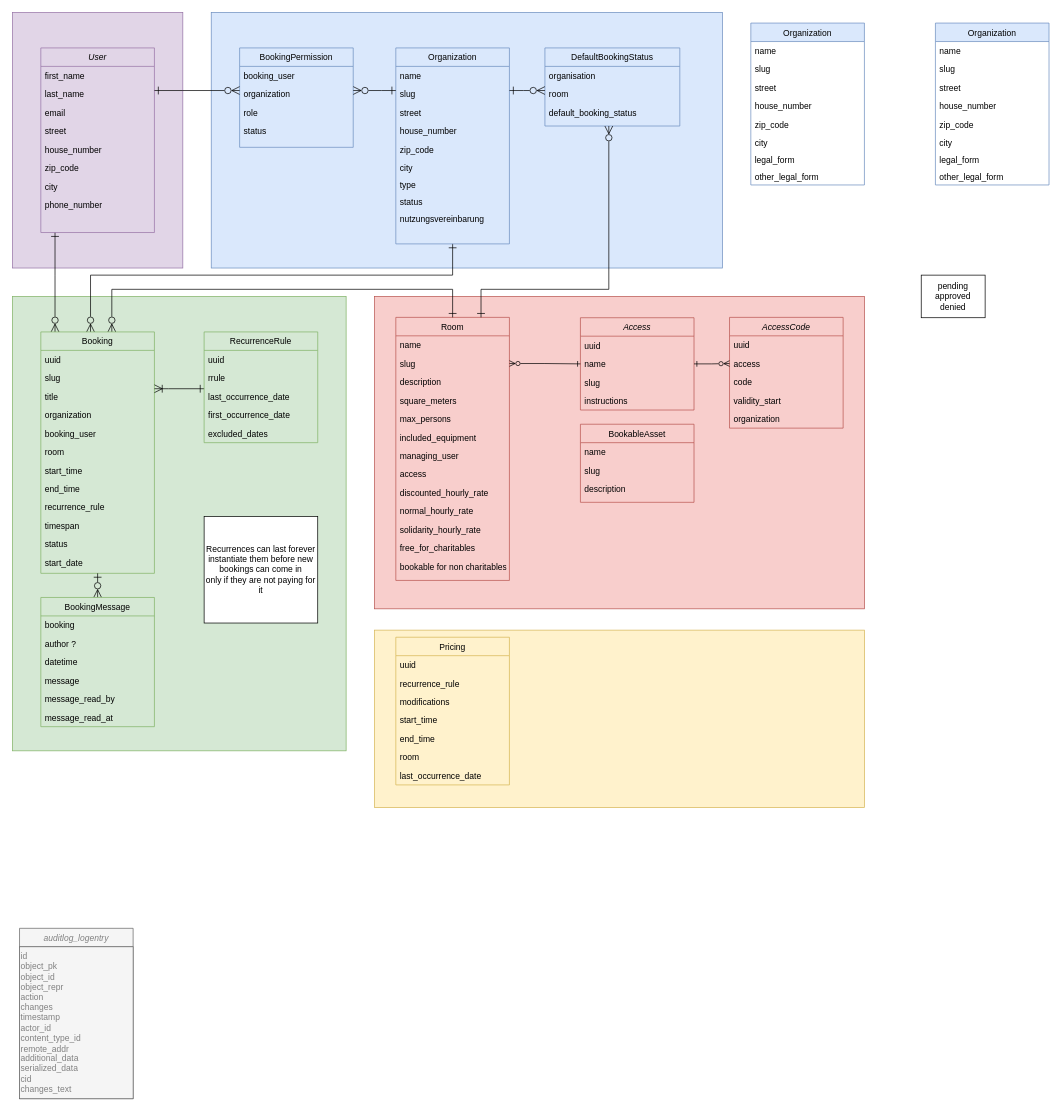
Above: docs/modelling/erd-v1.2.0.drawio in Haus-des-Engagements/re-sharing (draw.io), before the change. Source tidied: cells renumbered, new cells numbered last; positions are measured from the earlier drawing's top-left corner, leaving out a move shared by most shapes. Both pictures are drawn from the tidied source at 71%, with x=0, y=0 at pixel (12, 12).
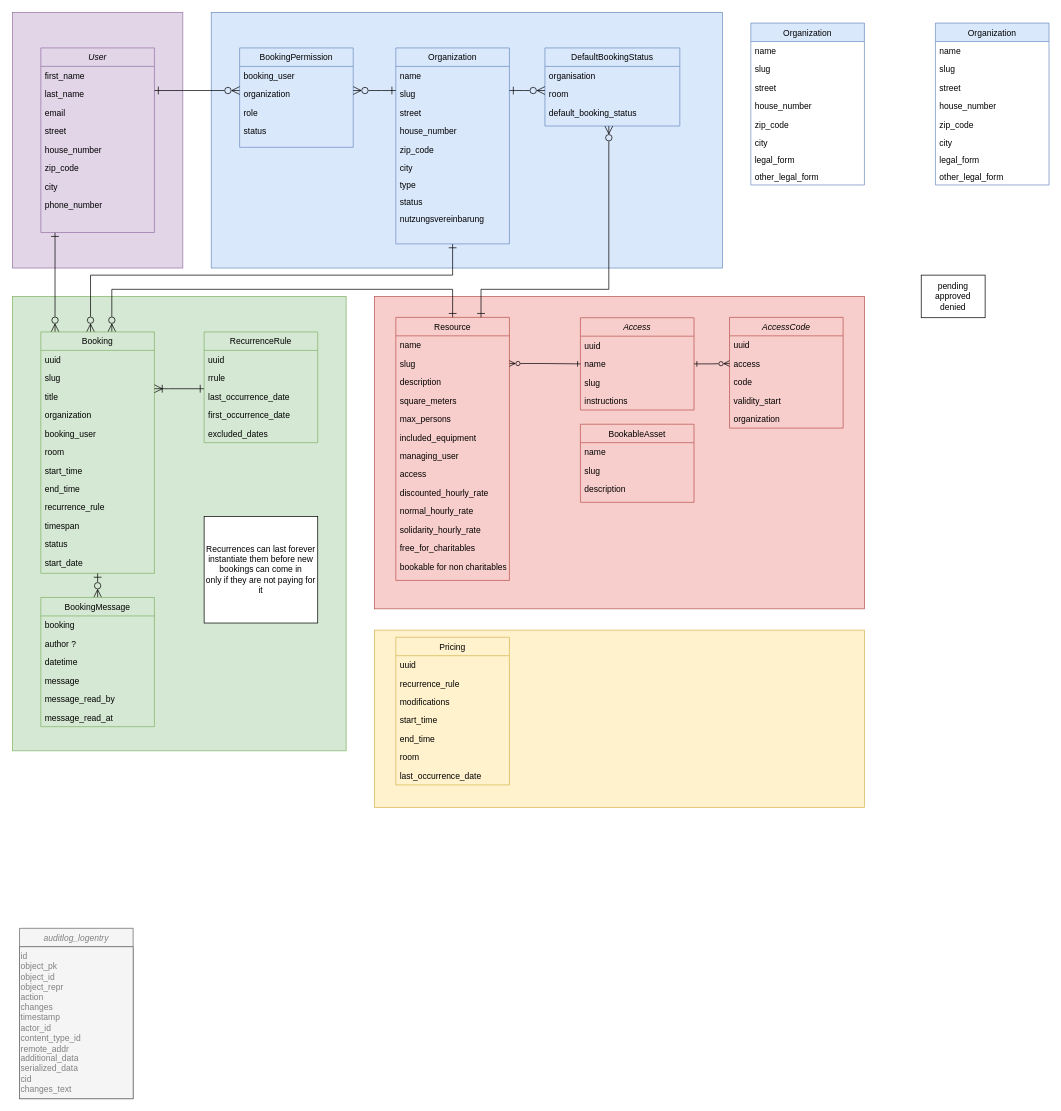
Above is the later version.

What changed in the source:
```diff
@@
-    <mxCell id="27" value="Room" style="swimlane;fontStyle=0;align=center;verticalAlign=top;horizontal=1;startSize=26;rounded=0;shadow=0;strokeWidth=1;fillColor=#f8cecc;strokeColor=#b85450;" parent="1" vertex="1">
+    <mxCell id="27" value="Resource" style="swimlane;fontStyle=0;align=center;verticalAlign=top;horizontal=1;startSize=26;rounded=0;shadow=0;strokeWidth=1;fillColor=#f8cecc;strokeColor=#b85450;" parent="1" vertex="1">
       <mxGeometry x="540" y="429.5" width="160" height="370.5" as="geometry" />
     </mxCell>
```
